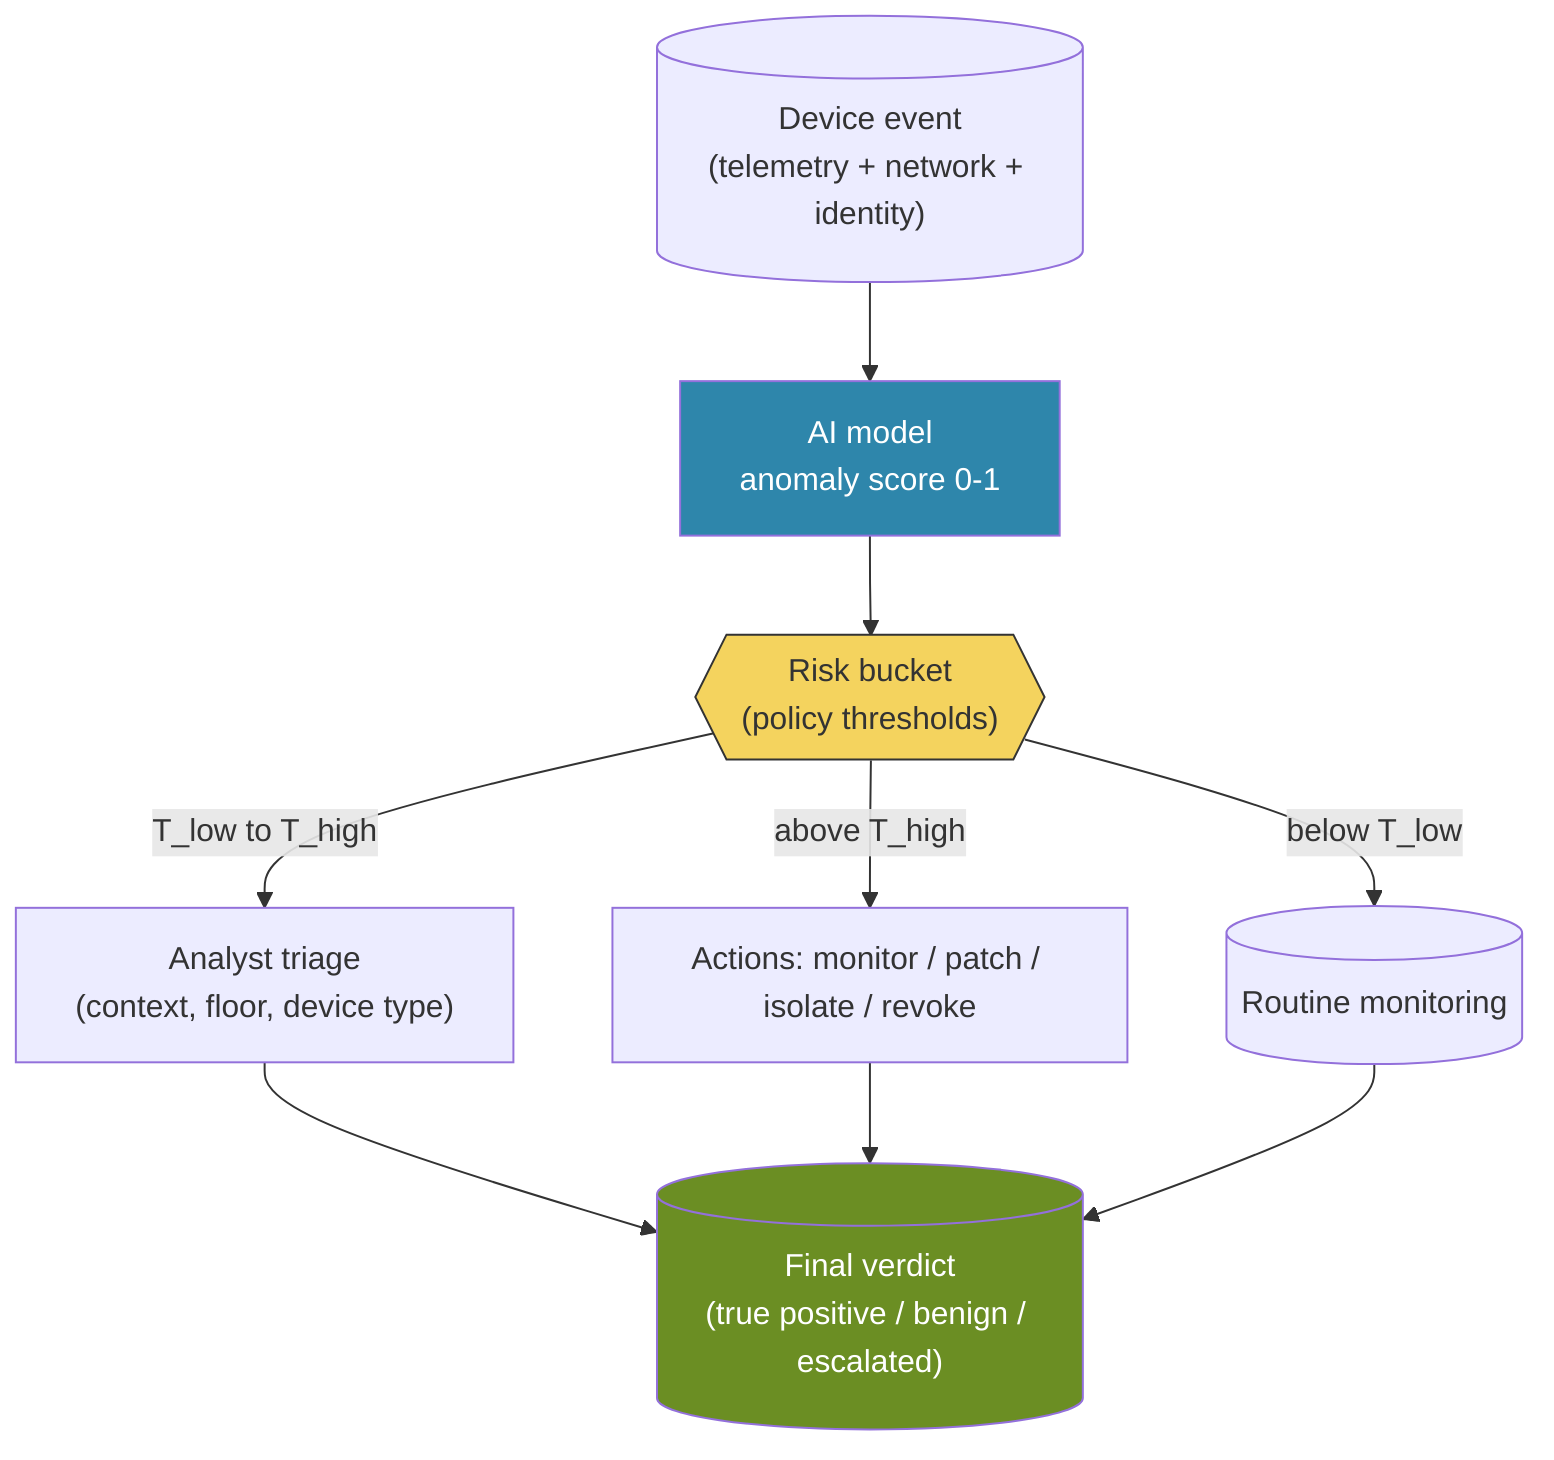
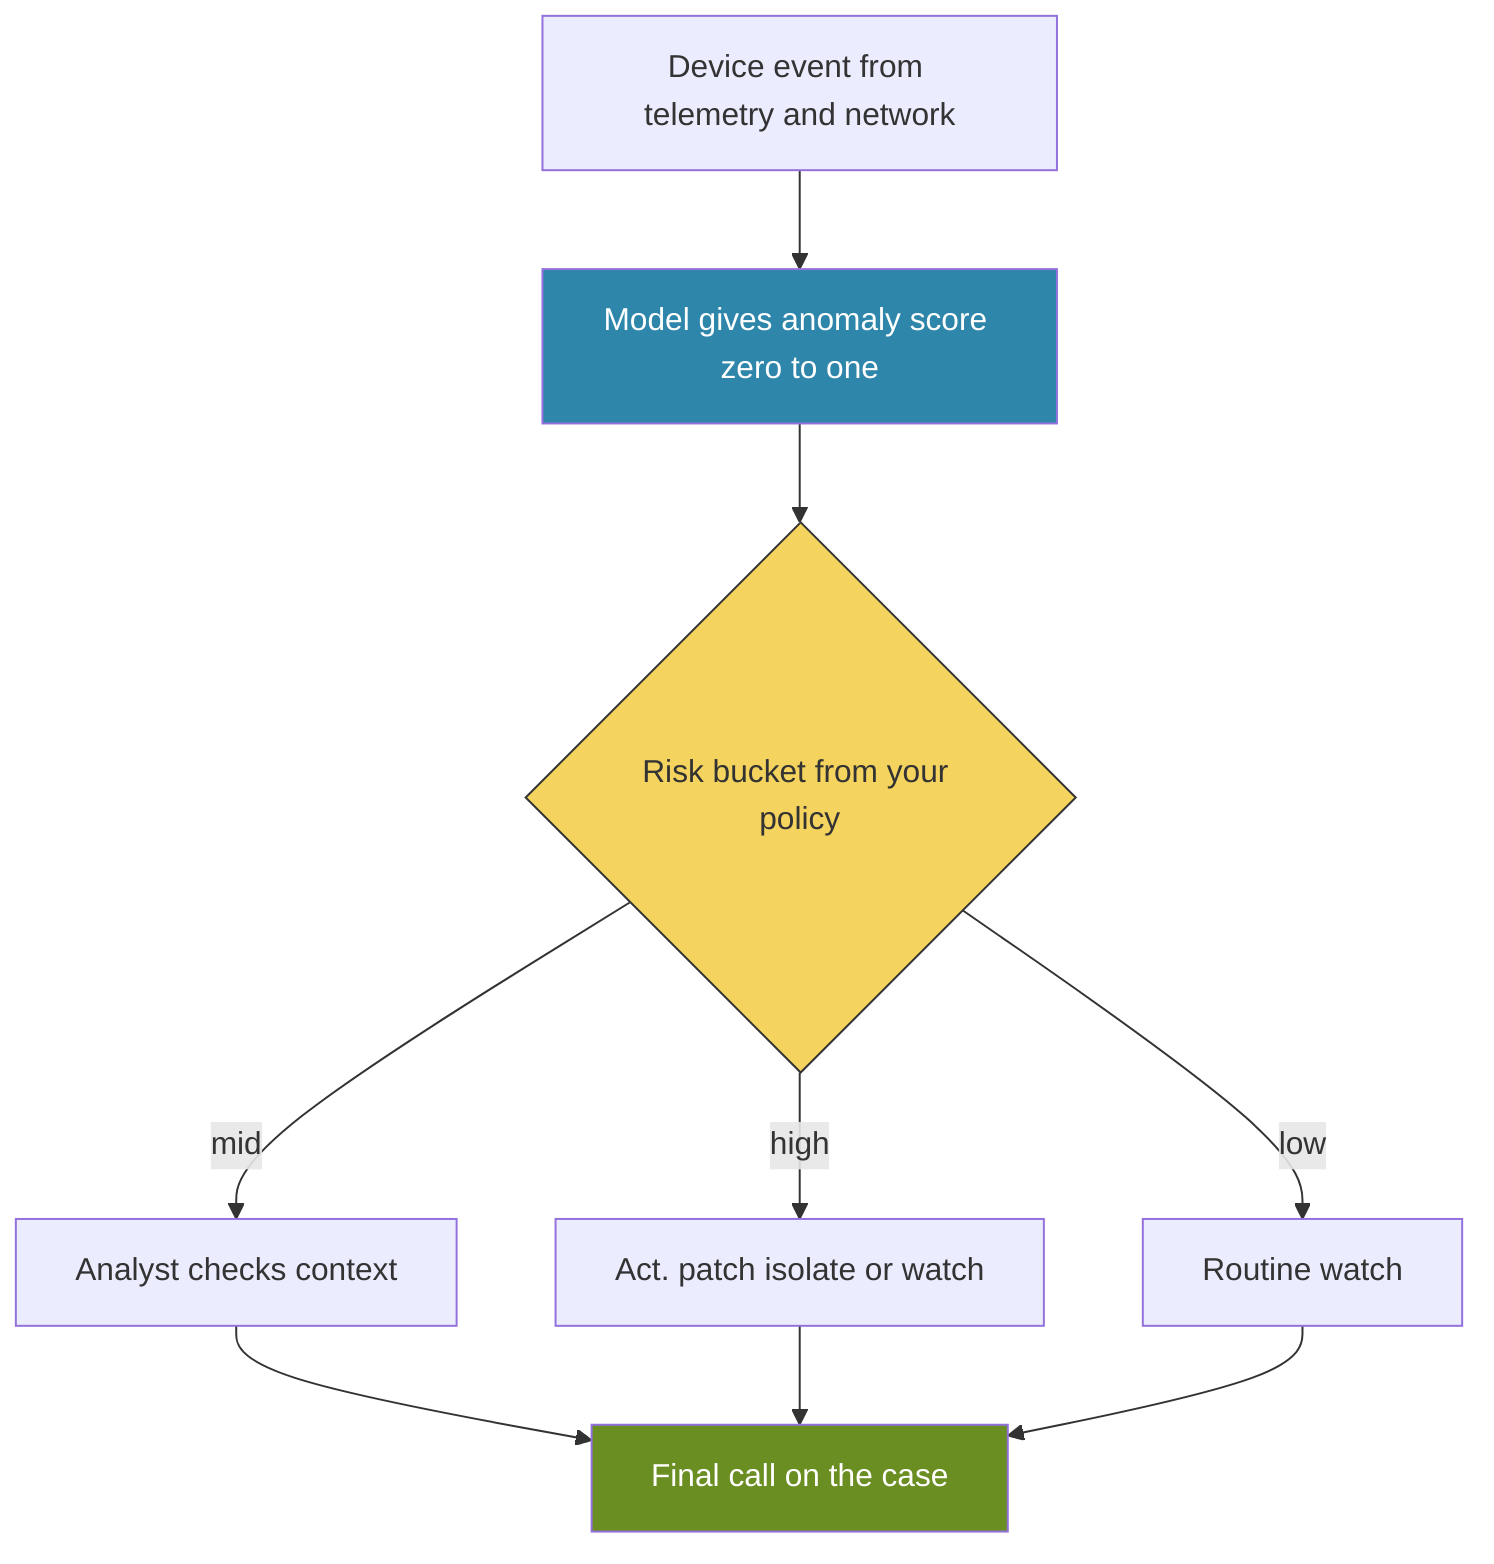
- %% IoT SOC-style decision flow (paste into Mermaid Live, GitHub, or draw.io "From text")
- %% Render for your report / appendix as PNG/SVG from https://mermaid.live
+ %% Paste at mermaid dot live to export a picture for the report

flowchart TD
-   E[("Device event<br/>(telemetry + network + identity)")]
-   S["AI model<br/>anomaly score 0-1"]
-   B{{"Risk bucket<br/>(policy thresholds)"}}
-   T["Analyst triage<br/>(context, floor, device type)"]
-   A["Actions: monitor / patch / isolate / revoke"]
-   V[("Final verdict<br/>(true positive / benign / escalated)")]
+   E[Device event from telemetry and network]
+   S[Model gives anomaly score zero to one]
+   B{Risk bucket from your policy}
+   T[Analyst checks context]
+   A[Act. patch isolate or watch]
+   V[Final call on the case]

  E --> S
  S --> B
-   B -->|"below T_low"| M[("Routine monitoring")]
-   B -->|"T_low to T_high"| T
-   B -->|"above T_high"| A
+   B -->|low| M[Routine watch]
+   B -->|mid| T
+   B -->|high| A
  T --> V
  A --> V
  M --> V

  style B fill:#f4d35e,stroke:#333
  style S fill:#2E86AB,color:#fff
  style V fill:#6B8E23,color:#fff
